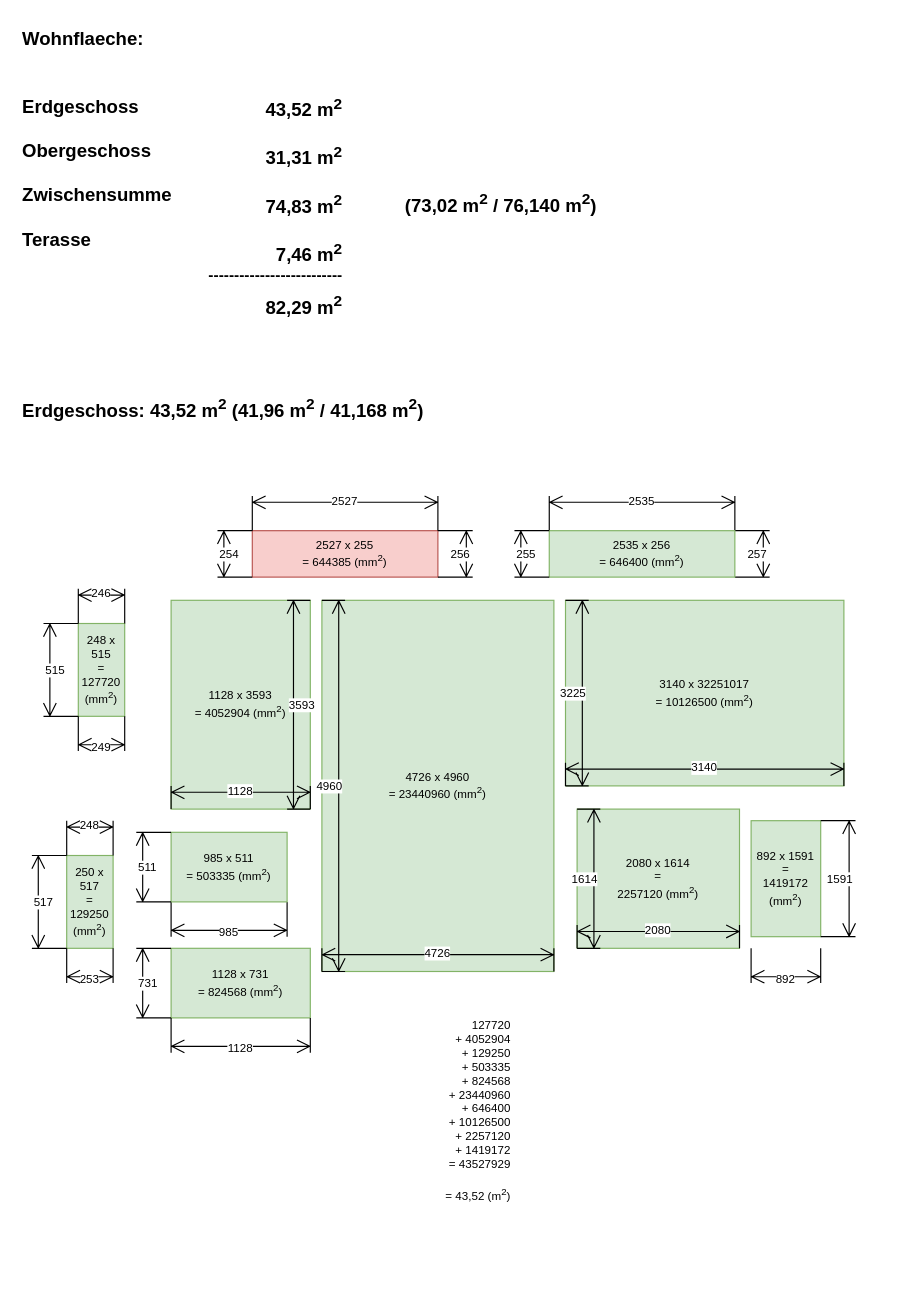
This is page "Erdgeschoss" (1 of 2) of ruderzimmer.drawio from episcopus2001/wohnflaeche, a draw.io file, before an edit. Source tidied: cells renumbered, new cells numbered last; positions are measured from the earlier drawing's top-left corner, leaving out a move shared by most shapes. Both pictures are drawn from the tidied source at 116%, with x=0, y=0 at pixel (20, 20).
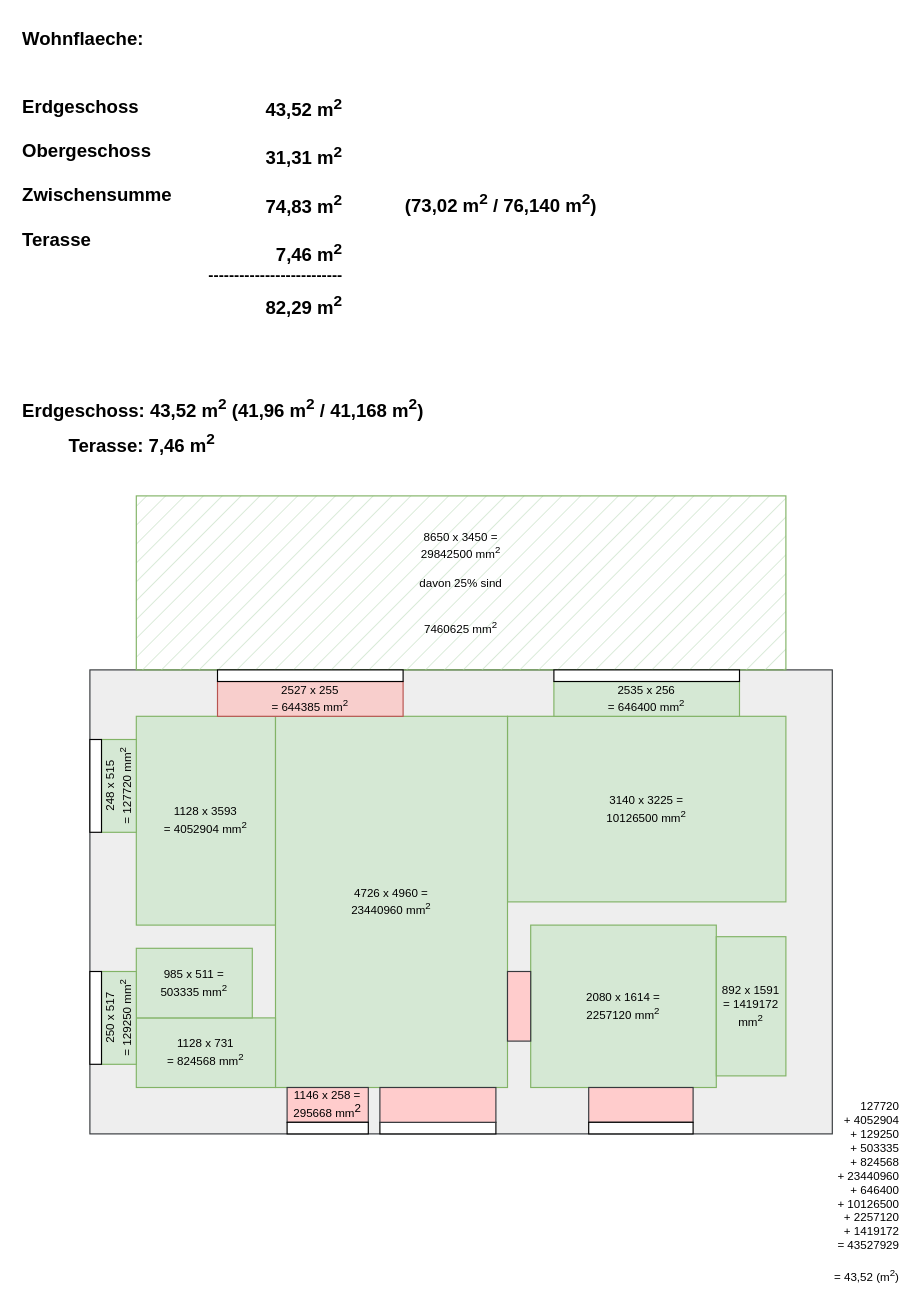
After the change.

Diff of the diagram source:
```diff
@@
+    <mxCell id="44" style="rounded=0;whiteSpace=wrap;html=1;fillStyle=auto;fillColor=#eeeeee;strokeColor=#36393d;" parent="1" vertex="1">
+      <mxGeometry x="60" y="560" width="640" height="400" as="geometry" />
+    </mxCell>
-    <mxCell id="2" value="1128 x 3593&lt;br&gt;= 4052904  (mm&lt;sup&gt;2&lt;/sup&gt;)" style="rounded=0;whiteSpace=wrap;html=1;fillColor=#d5e8d4;strokeColor=#82b366;fontSize=10;" parent="1" vertex="1">
-      <mxGeometry x="130" y="500" width="120" height="180" as="geometry" />
+    <mxCell id="2" value="1128 x 3593&lt;br&gt;= 4052904 mm&lt;sup&gt;2&lt;/sup&gt;" style="rounded=0;whiteSpace=wrap;html=1;fillColor=#d5e8d4;strokeColor=#82b366;fontSize=10;" parent="1" vertex="1">
+      <mxGeometry x="100" y="600" width="120" height="180" as="geometry" />
     </mxCell>
-    <mxCell id="3" value="985" style="shape=dimension;whiteSpace=wrap;html=1;align=center;verticalAlign=bottom;spacingBottom=-5;labelBackgroundColor=#ffffff;fontSize=10;" parent="1" vertex="1">
-      <mxGeometry x="130" y="760" width="100" height="30" as="geometry" />
-    </mxCell>
-    <mxCell id="4" value="3140 x 32251017&lt;br&gt;= 10126500  (mm&lt;sup&gt;2&lt;/sup&gt;)" style="rounded=0;whiteSpace=wrap;html=1;fillColor=#d5e8d4;strokeColor=#82b366;fontSize=10;" parent="1" vertex="1">
-      <mxGeometry x="470" y="500" width="240" height="160" as="geometry" />
+    <mxCell id="4" value="3140 x 3225 =&lt;br&gt;10126500 mm&lt;sup&gt;2&lt;/sup&gt;" style="rounded=0;whiteSpace=wrap;html=1;fillColor=#d5e8d4;strokeColor=#82b366;fontSize=10;" parent="1" vertex="1">
+      <mxGeometry x="420" y="600" width="240" height="160" as="geometry" />
     </mxCell>
-    <mxCell id="5" value="3593" style="shape=dimension;direction=south;whiteSpace=wrap;html=1;align=left;verticalAlign=middle;labelBackgroundColor=#ffffff;fontSize=10;" parent="1" vertex="1">
-      <mxGeometry x="230" y="500" width="20" height="180" as="geometry" />
-    </mxCell>
-    <mxCell id="6" value="2080 x 1614&lt;br&gt;=&lt;br&gt;2257120 (mm&lt;sup&gt;2&lt;/sup&gt;)" style="rounded=0;whiteSpace=wrap;html=1;fillColor=#d5e8d4;strokeColor=#82b366;fontSize=10;" parent="1" vertex="1">
-      <mxGeometry x="480" y="680" width="140" height="120" as="geometry" />
+    <mxCell id="6" value="2080 x 1614 =&lt;br&gt;2257120 mm&lt;sup&gt;2&lt;/sup&gt;" style="rounded=0;whiteSpace=wrap;html=1;fillColor=#d5e8d4;strokeColor=#82b366;fontSize=10;" parent="1" vertex="1">
+      <mxGeometry x="440" y="780" width="160" height="140" as="geometry" />
     </mxCell>
-    <mxCell id="7" value="257" style="shape=dimension;direction=north;whiteSpace=wrap;html=1;align=right;verticalAlign=middle;labelBackgroundColor=#ffffff;fontSize=10;" parent="1" vertex="1">
-      <mxGeometry x="616" y="440" width="30" height="40" as="geometry" />
-    </mxCell>
-    <mxCell id="8" value="2535" style="shape=dimension;direction=west;whiteSpace=wrap;html=1;align=center;verticalAlign=top;spacingTop=-8;labelBackgroundColor=#ffffff;fontSize=10;" parent="1" vertex="1">
-      <mxGeometry x="456" y="410" width="160" height="30" as="geometry" />
-    </mxCell>
-    <mxCell id="9" value="3225" style="shape=dimension;direction=north;whiteSpace=wrap;html=1;align=right;verticalAlign=middle;labelBackgroundColor=#ffffff;fontSize=10;" parent="1" vertex="1">
-      <mxGeometry x="470" y="500" width="20" height="160" as="geometry" />
-    </mxCell>
@@
-    <mxCell id="11" value="2535 x 256&lt;br&gt;= 646400 (mm&lt;sup&gt;2&lt;/sup&gt;)" style="rounded=0;whiteSpace=wrap;html=1;fillColor=#d5e8d4;strokeColor=#82b366;fontSize=10;" parent="1" vertex="1">
-      <mxGeometry x="456" y="440" width="160" height="40" as="geometry" />
+    <mxCell id="11" value="2535 x 256&lt;br&gt;= 646400 mm&lt;sup&gt;2&lt;/sup&gt;" style="rounded=0;whiteSpace=wrap;html=1;fillColor=#d5e8d4;strokeColor=#82b366;fontSize=10;" parent="1" vertex="1">
+      <mxGeometry x="460" y="570" width="160" height="30" as="geometry" />
     </mxCell>
-    <mxCell id="12" value="4726 x 4960&lt;br&gt;= 23440960  (mm&lt;sup&gt;2&lt;/sup&gt;)" style="rounded=0;whiteSpace=wrap;html=1;fillColor=#d5e8d4;strokeColor=#82b366;fontSize=10;" parent="1" vertex="1">
-      <mxGeometry x="260" y="500" width="200" height="320" as="geometry" />
+    <mxCell id="12" value="4726 x 4960 =&lt;br&gt;23440960 mm&lt;sup&gt;2&lt;/sup&gt;" style="rounded=0;whiteSpace=wrap;html=1;fillColor=#d5e8d4;strokeColor=#82b366;fontSize=10;" parent="1" vertex="1">
+      <mxGeometry x="220" y="600" width="200" height="320" as="geometry" />
     </mxCell>
-    <mxCell id="13" value="1128 x 731&lt;br&gt;= 824568 (mm&lt;sup&gt;2&lt;/sup&gt;)" style="rounded=0;whiteSpace=wrap;html=1;fillColor=#d5e8d4;strokeColor=#82b366;fontSize=10;" parent="1" vertex="1">
-      <mxGeometry x="130" y="800" width="120" height="60" as="geometry" />
+    <mxCell id="13" value="1128 x 731&lt;br&gt;= 824568 mm&lt;sup&gt;2&lt;/sup&gt;" style="rounded=0;whiteSpace=wrap;html=1;fillColor=#d5e8d4;strokeColor=#82b366;fontSize=10;" parent="1" vertex="1">
+      <mxGeometry x="100" y="860" width="120" height="60" as="geometry" />
     </mxCell>
-    <mxCell id="14" value="985 x 511&lt;br&gt;= 503335  (mm&lt;sup&gt;2&lt;/sup&gt;)" style="rounded=0;whiteSpace=wrap;html=1;fillColor=#d5e8d4;strokeColor=#82b366;fontSize=10;" parent="1" vertex="1">
-      <mxGeometry x="130" y="700" width="100" height="60" as="geometry" />
+    <mxCell id="14" value="985 x 511 =&lt;br&gt;503335 mm&lt;sup&gt;2&lt;/sup&gt;" style="rounded=0;whiteSpace=wrap;html=1;fillColor=#d5e8d4;strokeColor=#82b366;fontSize=10;" parent="1" vertex="1">
+      <mxGeometry x="100" y="800" width="100" height="60" as="geometry" />
     </mxCell>
-    <mxCell id="15" value="248 x 515&lt;br&gt;= 127720&lt;br&gt;(mm&lt;sup&gt;2&lt;/sup&gt;)" style="rounded=0;whiteSpace=wrap;html=1;fillColor=#d5e8d4;strokeColor=#82b366;fontSize=10;" parent="1" vertex="1">
-      <mxGeometry x="50" y="520" width="40" height="80" as="geometry" />
+    <mxCell id="15" value="248 x 515&lt;br&gt;= 127720 mm&lt;sup&gt;2&lt;/sup&gt;" style="rounded=0;whiteSpace=wrap;html=1;fillColor=#d5e8d4;strokeColor=#82b366;fontSize=10;horizontal=0;" parent="1" vertex="1">
+      <mxGeometry x="70" y="620" width="30" height="80" as="geometry" />
     </mxCell>
-    <mxCell id="16" value="250 x 517&lt;br&gt;= 129250  (mm&lt;sup&gt;2&lt;/sup&gt;)" style="rounded=0;whiteSpace=wrap;html=1;fillColor=#d5e8d4;strokeColor=#82b366;fontSize=10;" parent="1" vertex="1">
-      <mxGeometry x="40" y="720" width="40" height="80" as="geometry" />
+    <mxCell id="16" value="250 x 517&lt;br&gt;= 129250 mm&lt;sup&gt;2&lt;/sup&gt;" style="rounded=0;whiteSpace=wrap;html=1;fillColor=#d5e8d4;strokeColor=#82b366;fontSize=10;horizontal=0;" parent="1" vertex="1">
+      <mxGeometry x="70" y="820" width="30" height="80" as="geometry" />
     </mxCell>
-    <mxCell id="17" value="2527 x 255&lt;br&gt;= 644385 (mm&lt;sup&gt;2&lt;/sup&gt;)" style="rounded=0;whiteSpace=wrap;html=1;fillColor=#f8cecc;strokeColor=#b85450;fontSize=10;" parent="1" vertex="1">
-      <mxGeometry x="200" y="440" width="160" height="40" as="geometry" />
+    <mxCell id="17" value="2527 x 255&lt;br&gt;= 644385 mm&lt;sup&gt;2&lt;/sup&gt;" style="rounded=0;whiteSpace=wrap;html=1;fillColor=#f8cecc;strokeColor=#b85450;fontSize=10;" parent="1" vertex="1">
+      <mxGeometry x="170" y="570" width="160" height="30" as="geometry" />
     </mxCell>
-    <mxCell id="18" value="892 x 1591&lt;br&gt;=&lt;br&gt;1419172 (mm&lt;sup&gt;2&lt;/sup&gt;)" style="rounded=0;whiteSpace=wrap;html=1;fillColor=#d5e8d4;strokeColor=#82b366;fontSize=10;" parent="1" vertex="1">
-      <mxGeometry x="630" y="690" width="60" height="100" as="geometry" />
+    <mxCell id="18" value="892 x 1591&lt;br&gt;= 1419172 mm&lt;sup&gt;2&lt;/sup&gt;" style="rounded=0;whiteSpace=wrap;html=1;fillColor=#d5e8d4;strokeColor=#82b366;fontSize=10;" parent="1" vertex="1">
+      <mxGeometry x="600" y="790" width="60" height="120" as="geometry" />
     </mxCell>
-    <mxCell id="19" value="255" style="shape=dimension;direction=south;whiteSpace=wrap;html=1;align=left;verticalAlign=middle;labelBackgroundColor=#ffffff;fontSize=10;" parent="1" vertex="1">
-      <mxGeometry x="426" y="440" width="30" height="40" as="geometry" />
-    </mxCell>
-    <mxCell id="20" value="256" style="shape=dimension;direction=north;whiteSpace=wrap;html=1;align=right;verticalAlign=middle;labelBackgroundColor=#ffffff;fontSize=10;" parent="1" vertex="1">
-      <mxGeometry x="360" y="440" width="30" height="40" as="geometry" />
-    </mxCell>
-    <mxCell id="21" value="254" style="shape=dimension;direction=south;whiteSpace=wrap;html=1;align=left;verticalAlign=middle;labelBackgroundColor=#ffffff;fontSize=10;" parent="1" vertex="1">
-      <mxGeometry x="170" y="440" width="30" height="40" as="geometry" />
-    </mxCell>
-    <mxCell id="22" value="2527" style="shape=dimension;direction=west;whiteSpace=wrap;html=1;align=center;verticalAlign=top;spacingTop=-8;labelBackgroundColor=#ffffff;fontSize=10;" parent="1" vertex="1">
-      <mxGeometry x="200" y="410" width="160" height="30" as="geometry" />
-    </mxCell>
-    <mxCell id="23" value="3140" style="shape=dimension;direction=west;whiteSpace=wrap;html=1;align=center;verticalAlign=top;spacingTop=-8;labelBackgroundColor=#ffffff;fontSize=10;" parent="1" vertex="1">
-      <mxGeometry x="470" y="640" width="240" height="20" as="geometry" />
-    </mxCell>
-    <mxCell id="24" value="1128" style="shape=dimension;direction=west;whiteSpace=wrap;html=1;align=center;verticalAlign=top;spacingTop=-8;labelBackgroundColor=#ffffff;fontSize=10;" parent="1" vertex="1">
-      <mxGeometry x="130" y="660" width="120" height="20" as="geometry" />
-    </mxCell>
-    <mxCell id="25" value="731" style="shape=dimension;direction=south;whiteSpace=wrap;html=1;align=left;verticalAlign=middle;labelBackgroundColor=#ffffff;fontSize=10;" parent="1" vertex="1">
-      <mxGeometry x="100" y="800" width="30" height="60" as="geometry" />
-    </mxCell>
-    <mxCell id="26" value="511" style="shape=dimension;direction=south;whiteSpace=wrap;html=1;align=left;verticalAlign=middle;labelBackgroundColor=#ffffff;fontSize=10;" parent="1" vertex="1">
-      <mxGeometry x="100" y="700" width="30" height="60" as="geometry" />
-    </mxCell>
-    <mxCell id="27" value="4960" style="shape=dimension;direction=north;whiteSpace=wrap;html=1;align=right;verticalAlign=middle;labelBackgroundColor=#ffffff;fontSize=10;" parent="1" vertex="1">
-      <mxGeometry x="260" y="500" width="20" height="320" as="geometry" />
-    </mxCell>
-    <mxCell id="28" value="515" style="shape=dimension;direction=south;whiteSpace=wrap;html=1;align=left;verticalAlign=middle;labelBackgroundColor=#ffffff;fontSize=10;" parent="1" vertex="1">
-      <mxGeometry x="20" y="520" width="30" height="80" as="geometry" />
-    </mxCell>
-    <mxCell id="29" value="517" style="shape=dimension;direction=south;whiteSpace=wrap;html=1;align=left;verticalAlign=middle;labelBackgroundColor=#ffffff;fontSize=10;" parent="1" vertex="1">
-      <mxGeometry x="10" y="720" width="30" height="80" as="geometry" />
-    </mxCell>
-    <mxCell id="30" value="246" style="shape=dimension;direction=west;whiteSpace=wrap;html=1;align=center;verticalAlign=top;spacingTop=-8;labelBackgroundColor=#ffffff;fontSize=10;" parent="1" vertex="1">
-      <mxGeometry x="50" y="490" width="40" height="30" as="geometry" />
-    </mxCell>
-    <mxCell id="31" value="249" style="shape=dimension;whiteSpace=wrap;html=1;align=center;verticalAlign=bottom;spacingBottom=-5;labelBackgroundColor=#ffffff;fontSize=10;" parent="1" vertex="1">
-      <mxGeometry x="50" y="600" width="40" height="30" as="geometry" />
-    </mxCell>
-    <mxCell id="32" value="248" style="shape=dimension;direction=west;whiteSpace=wrap;html=1;align=center;verticalAlign=top;spacingTop=-8;labelBackgroundColor=#ffffff;fontSize=10;" parent="1" vertex="1">
-      <mxGeometry x="40" y="690" width="40" height="30" as="geometry" />
-    </mxCell>
-    <mxCell id="33" value="253" style="shape=dimension;whiteSpace=wrap;html=1;align=center;verticalAlign=bottom;spacingBottom=-5;labelBackgroundColor=#ffffff;fontSize=10;" parent="1" vertex="1">
-      <mxGeometry x="40" y="800" width="40" height="30" as="geometry" />
-    </mxCell>
-    <mxCell id="34" value="892" style="shape=dimension;whiteSpace=wrap;html=1;align=center;verticalAlign=bottom;spacingBottom=-5;labelBackgroundColor=#ffffff;fontSize=10;" parent="1" vertex="1">
-      <mxGeometry x="630" y="800" width="60" height="30" as="geometry" />
-    </mxCell>
-    <mxCell id="35" value="1591" style="shape=dimension;direction=north;whiteSpace=wrap;html=1;align=right;verticalAlign=middle;labelBackgroundColor=#ffffff;fontSize=10;" parent="1" vertex="1">
-      <mxGeometry x="690" y="690" width="30" height="100" as="geometry" />
-    </mxCell>
     <mxCell id="36" value="&lt;div&gt;127720&lt;/div&gt;&lt;div&gt;+ 4052904&lt;br&gt;+ 129250&lt;br&gt;+ 503335&lt;br&gt;+ 824568&lt;br&gt;+ 23440960&lt;br&gt;+ 646400&lt;br&gt;+ 10126500&lt;br&gt;+ 2257120&lt;br&gt;+ 1419172&lt;/div&gt;&lt;div&gt;= 43527929&lt;br&gt;&lt;/div&gt;&lt;br&gt;= 43,52 (m&lt;sup&gt;2&lt;/sup&gt;)" style="text;html=1;strokeColor=none;fillColor=none;align=right;verticalAlign=middle;whiteSpace=wrap;rounded=0;fontSize=10;fontColor=none;" parent="1" vertex="1">
-      <mxGeometry x="325" y="880" width="100" height="120" as="geometry" />
+      <mxGeometry x="660" y="950" width="100" height="120" as="geometry" />
     </mxCell>
-    <mxCell id="37" value="1128" style="shape=dimension;whiteSpace=wrap;html=1;align=center;verticalAlign=bottom;spacingBottom=-5;labelBackgroundColor=#ffffff;fontSize=10;" parent="1" vertex="1">
-      <mxGeometry x="130" y="860" width="120" height="30" as="geometry" />
-    </mxCell>
-    <mxCell id="38" value="4726" style="shape=dimension;direction=west;whiteSpace=wrap;html=1;align=center;verticalAlign=top;spacingTop=-8;labelBackgroundColor=#ffffff;fontSize=10;" parent="1" vertex="1">
-      <mxGeometry x="260" y="800" width="200" height="20" as="geometry" />
-    </mxCell>
-    <mxCell id="39" value="1614" style="shape=dimension;direction=north;whiteSpace=wrap;html=1;align=right;verticalAlign=middle;labelBackgroundColor=#ffffff;fontSize=10;" parent="1" vertex="1">
-      <mxGeometry x="480" y="680" width="20" height="120" as="geometry" />
-    </mxCell>
-    <mxCell id="40" value="2080" style="shape=dimension;direction=west;whiteSpace=wrap;html=1;align=center;verticalAlign=top;spacingTop=-8;labelBackgroundColor=#ffffff;fontSize=10;" parent="1" vertex="1">
-      <mxGeometry x="480" y="780" width="140" height="20" as="geometry" />
-    </mxCell>
@@
+    <mxCell id="45" style="rounded=0;whiteSpace=wrap;html=1;fillColor=#ffcccc;strokeColor=#36393d;fillStyle=auto;" parent="1" vertex="1">
+      <mxGeometry x="420" y="820" width="20" height="60" as="geometry" />
+    </mxCell>
+    <mxCell id="46" value="Terasse: 7,46 m&lt;sup&gt;2&lt;/sup&gt;" style="text;html=1;strokeColor=none;fillColor=none;align=left;verticalAlign=middle;whiteSpace=wrap;rounded=0;fontStyle=1;fontSize=16;" parent="1" vertex="1">
+      <mxGeometry x="40" y="350" width="280" height="30" as="geometry" />
+    </mxCell>
+    <mxCell id="47" value="8650 x 3450 =&lt;br&gt;&lt;div&gt;29842500 mm&lt;sup&gt;2&lt;/sup&gt;&lt;/div&gt;&lt;div&gt;&lt;br&gt;&lt;/div&gt;&lt;div&gt;davon 25% sind&lt;/div&gt;&lt;div&gt;&lt;br&gt;&lt;/div&gt;&lt;div&gt;&lt;br&gt;&lt;/div&gt;7460625 mm&lt;sup&gt;2&lt;/sup&gt;" style="rounded=0;whiteSpace=wrap;html=1;fillColor=#d5e8d4;strokeColor=#82b366;fontSize=10;fillStyle=hatch;" parent="1" vertex="1">
+      <mxGeometry x="100" y="410" width="560" height="150" as="geometry" />
+    </mxCell>
+    <mxCell id="48" value="1146 x 258 = 295668 mm&lt;sup style=&quot;font-size: 10px;&quot;&gt;2&lt;/sup&gt;" style="rounded=0;whiteSpace=wrap;html=1;fillColor=#ffcccc;strokeColor=#36393d;fillStyle=auto;fontSize=10;" parent="1" vertex="1">
+      <mxGeometry x="230" y="920" width="70" height="30" as="geometry" />
+    </mxCell>
+    <mxCell id="49" style="rounded=0;whiteSpace=wrap;html=1;" parent="1" vertex="1">
+      <mxGeometry x="170" y="560" width="160" height="10" as="geometry" />
+    </mxCell>
+    <mxCell id="50" style="rounded=0;whiteSpace=wrap;html=1;" parent="1" vertex="1">
+      <mxGeometry x="460" y="560" width="160" height="10" as="geometry" />
+    </mxCell>
+    <mxCell id="51" style="rounded=0;whiteSpace=wrap;html=1;" parent="1" vertex="1">
+      <mxGeometry x="230" y="950" width="70" height="10" as="geometry" />
+    </mxCell>
+    <mxCell id="52" style="rounded=0;whiteSpace=wrap;html=1;fillColor=#ffcccc;strokeColor=#36393d;fillStyle=auto;" parent="1" vertex="1">
+      <mxGeometry x="490" y="920" width="90" height="30" as="geometry" />
+    </mxCell>
+    <mxCell id="53" style="rounded=0;whiteSpace=wrap;html=1;" parent="1" vertex="1">
+      <mxGeometry x="490" y="950" width="90" height="10" as="geometry" />
+    </mxCell>
+    <mxCell id="54" style="rounded=0;whiteSpace=wrap;html=1;" parent="1" vertex="1">
+      <mxGeometry x="60" y="820" width="10" height="80" as="geometry" />
+    </mxCell>
+    <mxCell id="55" style="rounded=0;whiteSpace=wrap;html=1;" parent="1" vertex="1">
+      <mxGeometry x="60" y="620" width="10" height="80" as="geometry" />
+    </mxCell>
+    <mxCell id="56" style="rounded=0;whiteSpace=wrap;html=1;" parent="1" vertex="1">
+      <mxGeometry x="310" y="950" width="100" height="10" as="geometry" />
+    </mxCell>
+    <mxCell id="57" style="rounded=0;whiteSpace=wrap;html=1;fillColor=#ffcccc;strokeColor=#36393d;fillStyle=auto;" parent="1" vertex="1">
+      <mxGeometry x="310" y="920" width="100" height="30" as="geometry" />
+    </mxCell>
```
